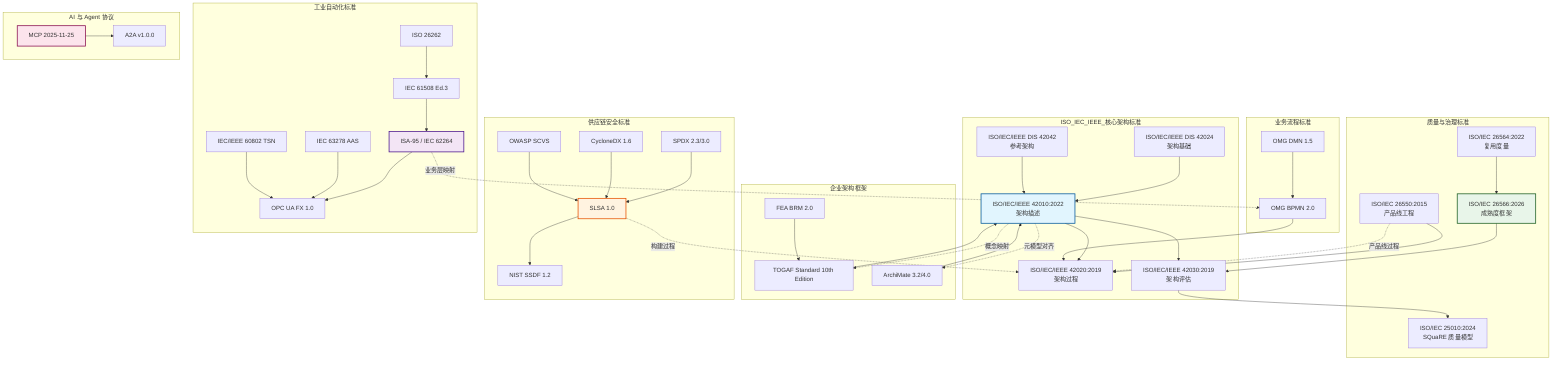
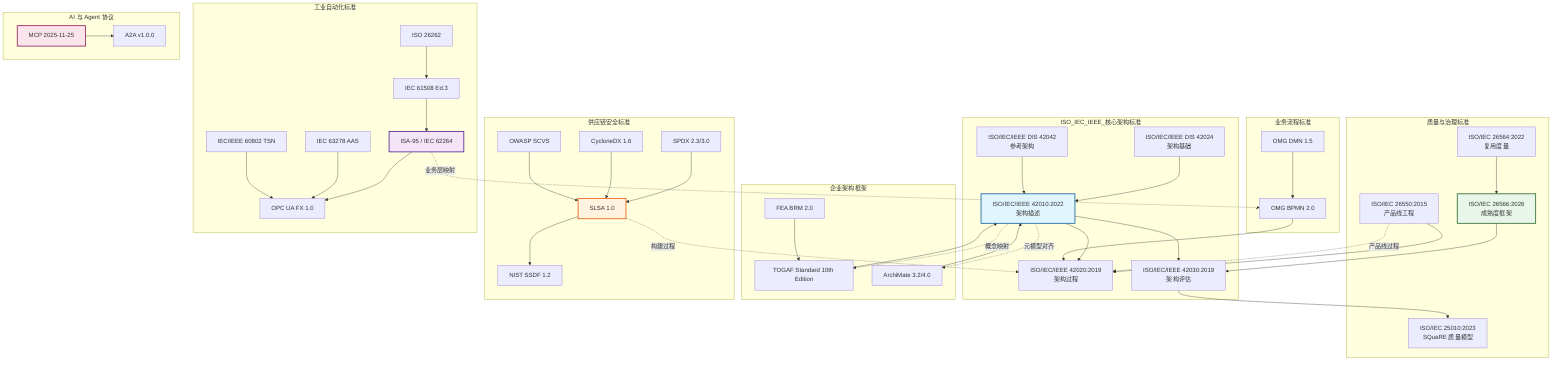
%% 软件工程架构复用视角：国际标准族谱图
%% 版本: 2026-06-06
%% 工具: Mermaid (graph TD)
%% 说明: 本图展示与本知识体系相关的国际标准之间的演化与依赖关系

graph TD
    subgraph ISO_IEC_IEEE_核心架构标准
        ISO42010[ISO/IEC/IEEE 42010:2022<br/>架构描述]
        ISO42020[ISO/IEC/IEEE 42020:2019<br/>架构过程]
        ISO42030[ISO/IEC/IEEE 42030:2019<br/>架构评估]
        ISO42024[ISO/IEC/IEEE DIS 42024<br/>架构基础]
        ISO42042[ISO/IEC/IEEE DIS 42042<br/>参考架构]

        ISO42010 --> ISO42020
        ISO42010 --> ISO42030
        ISO42024 --> ISO42010
        ISO42042 --> ISO42010
    end

    subgraph 质量与治理标准
-         ISO25010[ISO/IEC 25010:2024<br/>SQuaRE 质量模型]
+         ISO25010[ISO/IEC 25010:2023<br/>SQuaRE 质量模型]
        ISO26550[ISO/IEC 26550:2015<br/>产品线工程]
        ISO26566[ISO/IEC 26566:2026<br/>成熟度框架]
        ISO26564[ISO/IEC 26564:2022<br/>复用度量]

        ISO42030 --> ISO25010
        ISO26550 --> ISO42020
        ISO26566 --> ISO42030
        ISO26564 --> ISO26566
    end

    subgraph 企业架构框架
        TOGAF10[TOGAF Standard 10th Edition]
        ArchiMate42[ArchiMate 3.2/4.0]
        FEABRM[FEA BRM 2.0]

        TOGAF10 --> ISO42010
        ArchiMate42 --> ISO42010
        FEABRM --> TOGAF10
    end

    subgraph 业务流程标准
        BPMN20[OMG BPMN 2.0]
        DMN15[OMG DMN 1.5]

        BPMN20 --> ISO42020
        DMN15 --> BPMN20
    end

    subgraph 供应链安全标准
        SLSA10[SLSA 1.0]
        SPDX[SPDX 2.3/3.0]
        CycloneDX[CycloneDX 1.6]
        NISTSSDF[NIST SSDF 1.2]
        OWASP[OWASP SCVS]

        SLSA10 --> NISTSSDF
        SPDX --> SLSA10
        CycloneDX --> SLSA10
        OWASP --> SLSA10
    end

    subgraph 工业自动化标准
        ISA95[ISA-95 / IEC 62264]
        OPCUA[OPC UA FX 1.0]
        IEC61508[IEC 61508 Ed.3]
        ISO26262[ISO 26262]
        IEC63278[IEC 63278 AAS]
        TSN[IEC/IEEE 60802 TSN]

        ISA95 --> OPCUA
        IEC61508 --> ISA95
        ISO26262 --> IEC61508
        IEC63278 --> OPCUA
        TSN --> OPCUA
    end

    subgraph AI 与 Agent 协议
        MCP[MCP 2025-11-25]
        A2A[A2A v1.0.0]

        MCP --> A2A
    end

    %% 跨族连接
    ISO42010 -.->|概念映射| TOGAF10
    ISO42010 -.->|元模型对齐| ArchiMate42
    ISO26550 -.->|产品线过程| ISO42020
    SLSA10 -.->|构建过程| ISO42020
    ISA95 -.->|业务层映射| BPMN20

    %% 样式
    style ISO42010 fill:#e1f5fe,stroke:#01579b,stroke-width:2px
    style ISO26566 fill:#e8f5e9,stroke:#1b5e20,stroke-width:2px
    style SLSA10 fill:#fff3e0,stroke:#e65100,stroke-width:2px
    style ISA95 fill:#f3e5f5,stroke:#4a148c,stroke-width:2px
    style MCP fill:#fce4ec,stroke:#880e4f,stroke-width:2px
